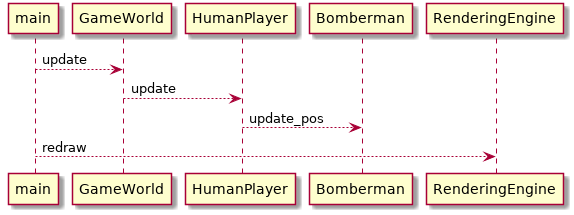
The PlantUML diagram docs/img/UC_1_2.png in NadzwyczajnaGrupaRobocza/bomberman, before a commit.
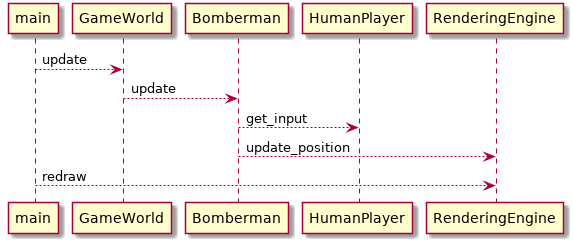
After the change.

Diff of the diagram source:
```diff
@@ -1,8 +1,9 @@
 @startuml
 
 main --> GameWorld : update
-GameWorld --> HumanPlayer : update
-HumanPlayer --> Bomberman : update_pos
+GameWorld --> Bomberman : update
+HumanPlayer <-- Bomberman : get_input
+Bomberman --> RenderingEngine : update_position
 main --> RenderingEngine : redraw
 
 @enduml
```
